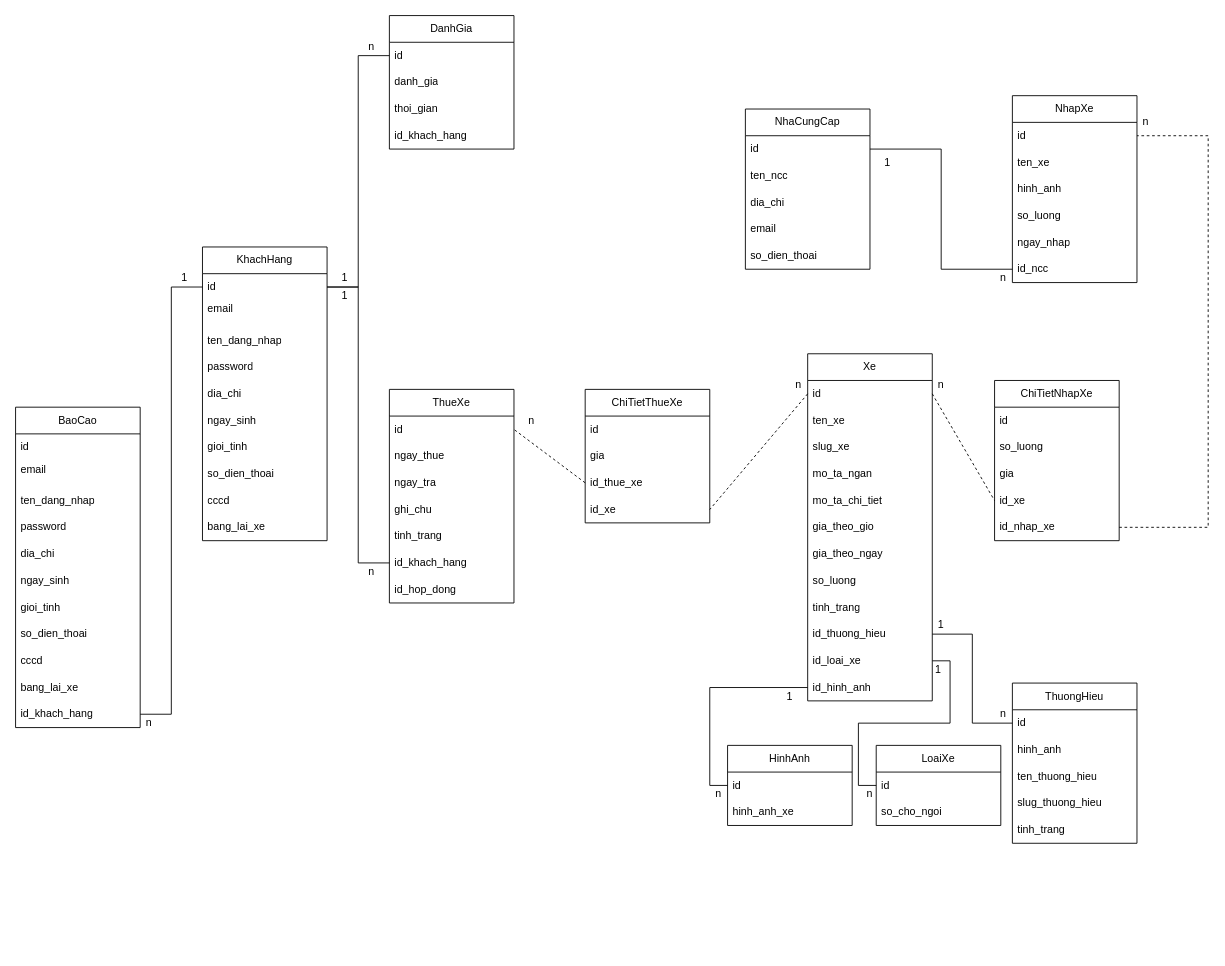
Before: page "Page-1" (1 of 4) of ocr.drawio in phtsnh26/SpeedGearX, a draw.io diagram. Source tidied: cells renumbered, new cells numbered last; positions are measured from the earlier drawing's top-left corner, leaving out a move shared by most shapes. Both pictures are drawn from the tidied source at 89%, with x=0, y=0 at pixel (15, 15).
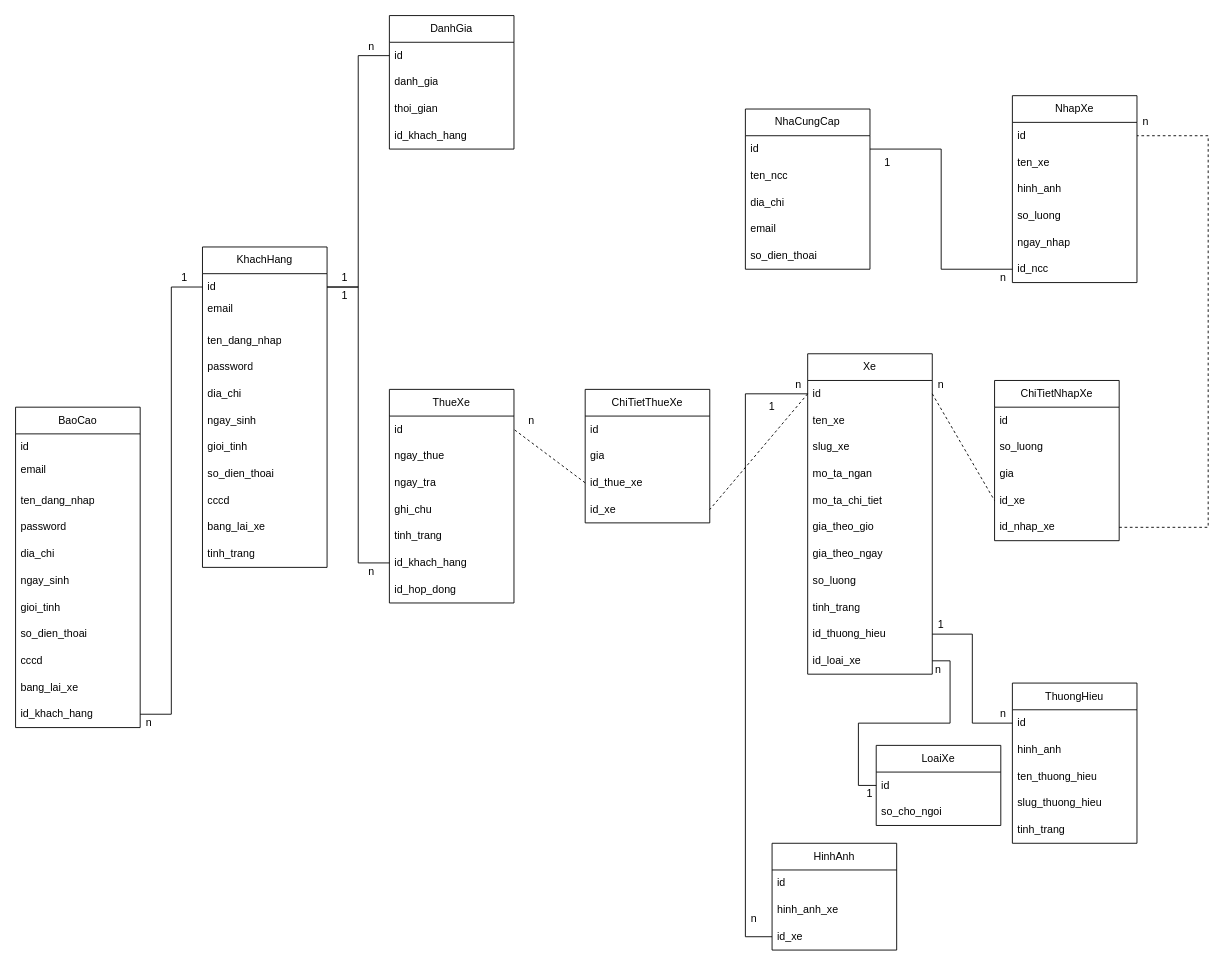
Above is the later version.

Unchanged cells that the change refers to:
```xml
<mxCell id="23" value="id" style="text;strokeColor=none;fillColor=none;align=left;verticalAlign=middle;spacingLeft=4;spacingRight=4;overflow=hidden;points=[[0,0.5],[1,0.5]];portConstraint=eastwest;whiteSpace=wrap;html=1;" parent="22" vertex="1">
  <mxGeometry y="30" width="140" height="30" as="geometry" />
</mxCell>
```

Change to the diagram source:
```diff
@@
     <mxCell id="2" value="KhachHang" style="swimlane;fontStyle=0;horizontal=1;startSize=30;whiteSpace=wrap;html=1;" parent="1" vertex="1">
-      <mxGeometry x="210" y="260" width="140" height="330" as="geometry" />
+      <mxGeometry x="210" y="260" width="140" height="360" as="geometry" />
     </mxCell>
@@
+    <mxCell id="116" value="tinh_trang" style="text;strokeColor=none;fillColor=none;align=left;verticalAlign=middle;spacingLeft=4;spacingRight=4;overflow=hidden;whiteSpace=wrap;html=1;" parent="2" vertex="1">
+      <mxGeometry y="330" width="140" height="30" as="geometry" />
+    </mxCell>
@@
     <mxCell id="22" value="Xe" style="swimlane;fontStyle=0;horizontal=1;startSize=30;whiteSpace=wrap;html=1;" parent="1" vertex="1">
-      <mxGeometry x="890" y="380" width="140" height="390" as="geometry" />
+      <mxGeometry x="890" y="380" width="140" height="360" as="geometry" />
     </mxCell>
@@
-    <mxCell id="34" value="id_hinh_anh" style="text;strokeColor=none;fillColor=none;align=left;verticalAlign=middle;spacingLeft=4;spacingRight=4;overflow=hidden;points=[[0,0.5],[1,0.5]];portConstraint=eastwest;whiteSpace=wrap;html=1;" parent="22" vertex="1">
-      <mxGeometry y="360" width="140" height="30" as="geometry" />
-    </mxCell>
@@
     <mxCell id="37" value="HinhAnh" style="swimlane;fontStyle=0;horizontal=1;startSize=30;whiteSpace=wrap;html=1;" parent="1" vertex="1">
-      <mxGeometry x="800" y="820" width="140" height="90" as="geometry" />
+      <mxGeometry x="850" y="930" width="140" height="120" as="geometry" />
     </mxCell>
@@
-    <mxCell id="40" style="edgeStyle=orthogonalEdgeStyle;rounded=0;jettySize=auto;html=1;entryX=0;entryY=0.5;entryDx=0;entryDy=0;endArrow=none;endFill=0;" parent="1" edge="1" source="34" target="37">
-      <mxGeometry relative="1" as="geometry" />
-    </mxCell>
+    <mxCell id="117" value="id_xe" style="text;strokeColor=none;fillColor=none;align=left;verticalAlign=middle;spacingLeft=4;spacingRight=4;overflow=hidden;points=[[0,0.5],[1,0.5]];portConstraint=eastwest;whiteSpace=wrap;html=1;" parent="37" vertex="1">
+      <mxGeometry y="90" width="140" height="30" as="geometry" />
+    </mxCell>
@@
     <mxCell id="104" value="1" style="text;html=1;strokeColor=none;fillColor=none;align=center;verticalAlign=middle;whiteSpace=wrap;rounded=0;" parent="1" vertex="1">
-      <mxGeometry x="840" y="750" width="60" height="30" as="geometry" />
+      <mxGeometry x="820" y="425" width="60" height="30" as="geometry" />
     </mxCell>
     <mxCell id="105" value="n" style="text;html=1;strokeColor=none;fillColor=none;align=center;verticalAlign=middle;whiteSpace=wrap;rounded=0;" parent="1" vertex="1">
-      <mxGeometry x="760" y="860" width="60" height="30" as="geometry" />
+      <mxGeometry x="800" y="1000" width="60" height="30" as="geometry" />
     </mxCell>
-    <mxCell id="106" value="1" style="text;html=1;strokeColor=none;fillColor=none;align=center;verticalAlign=middle;whiteSpace=wrap;rounded=0;" parent="1" vertex="1">
+    <mxCell id="106" value="n" style="text;html=1;strokeColor=none;fillColor=none;align=center;verticalAlign=middle;whiteSpace=wrap;rounded=0;" parent="1" vertex="1">
       <mxGeometry x="1007" y="720" width="60" height="30" as="geometry" />
     </mxCell>
-    <mxCell id="107" value="n" style="text;html=1;strokeColor=none;fillColor=none;align=center;verticalAlign=middle;whiteSpace=wrap;rounded=0;" parent="1" vertex="1">
+    <mxCell id="107" value="1" style="text;html=1;strokeColor=none;fillColor=none;align=center;verticalAlign=middle;whiteSpace=wrap;rounded=0;" parent="1" vertex="1">
       <mxGeometry x="930" y="860" width="60" height="30" as="geometry" />
     </mxCell>
@@
+    <mxCell id="118" style="edgeStyle=orthogonalEdgeStyle;rounded=0;jettySize=auto;html=1;entryX=0;entryY=0.5;entryDx=0;entryDy=0;endArrow=none;endFill=0;" parent="1" edge="1" source="23" target="117">
+      <mxGeometry relative="1" as="geometry">
+        <Array as="points">
+          <mxPoint x="820" y="425" />
+          <mxPoint x="820" y="1035" />
+        </Array>
+      </mxGeometry>
+    </mxCell>
```
